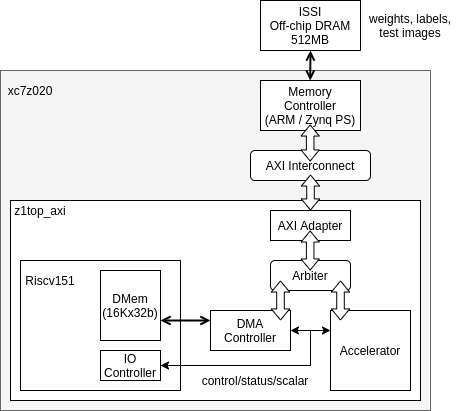
Before: spec/images/full_system.png, a diagram exported from draw.io (v00id852/LittleChip). Source tidied: cells renumbered, new cells last; positions are measured from the earlier drawing's top-left corner, leaving out a move shared by most shapes.
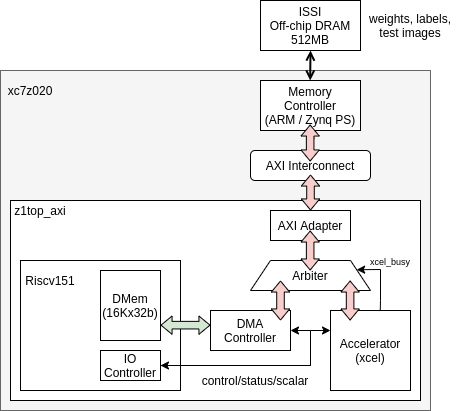
The same file after the commit.

The edit, as a diff of the source:
```diff
@@ -26,18 +26,18 @@
     <mxCell id="9" value="DMA Controller" style="rounded=0;whiteSpace=wrap;html=1;strokeWidth=1;" parent="1" vertex="1">
       <mxGeometry x="210" y="310" width="80" height="40" as="geometry" />
     </mxCell>
-    <mxCell id="10" value="Accelerator" style="rounded=0;whiteSpace=wrap;html=1;strokeWidth=1;" parent="1" vertex="1">
+    <mxCell id="10" value="Accelerator&lt;br&gt;(xcel)" style="rounded=0;whiteSpace=wrap;html=1;strokeWidth=1;" parent="1" vertex="1">
       <mxGeometry x="330" y="310" width="80" height="80" as="geometry" />
     </mxCell>
-    <mxCell id="11" value="Arbiter" style="rounded=1;whiteSpace=wrap;html=1;strokeWidth=1;" parent="1" vertex="1">
-      <mxGeometry x="270" y="260" width="80" height="30" as="geometry" />
-    </mxCell>
     <mxCell id="12" value="AXI Adapter" style="rounded=0;whiteSpace=wrap;html=1;strokeWidth=1;" parent="1" vertex="1">
       <mxGeometry x="270" y="210" width="80" height="30" as="geometry" />
     </mxCell>
     <mxCell id="13" value="z1top_axi" style="text;html=1;strokeColor=none;fillColor=none;align=center;verticalAlign=middle;whiteSpace=wrap;rounded=0;" parent="1" vertex="1">
       <mxGeometry x="20" y="200" width="40" height="20" as="geometry" />
     </mxCell>
+    <mxCell id="28" style="edgeStyle=orthogonalEdgeStyle;rounded=0;jettySize=auto;html=1;strokeColor=#000000;" parent="1" edge="1" source="14" target="12">
+      <mxGeometry relative="1" as="geometry" />
+    </mxCell>
     <mxCell id="14" value="Memory Controller&lt;br&gt;(ARM / Zynq PS)" style="rounded=0;whiteSpace=wrap;html=1;strokeWidth=1;" parent="1" vertex="1">
       <mxGeometry x="260" y="80" width="100" height="50" as="geometry" />
     </mxCell>
@@ -66,48 +66,66 @@
     <mxCell id="19" value="weights, labels,&lt;br&gt;test images" style="text;html=1;strokeColor=none;fillColor=none;align=center;verticalAlign=middle;whiteSpace=wrap;rounded=0;" parent="1" vertex="1">
       <mxGeometry x="350" y="15" width="120" height="20" as="geometry" />
     </mxCell>
-    <mxCell id="20" style="endArrow=open;startArrow=open;html=1;shadow=0;strokeWidth=2;fillColor=#ffffff;entryX=0;entryY=0.25;entryDx=0;entryDy=0;startFill=0;endFill=0;" parent="1" edge="1" target="9">
-      <mxGeometry relative="1" as="geometry">
-        <mxPoint x="160" y="320" as="sourcePoint" />
-      </mxGeometry>
-    </mxCell>
     <mxCell id="21" style="endArrow=open;startArrow=open;html=1;shadow=0;strokeWidth=2;fillColor=#ffffff;startFill=0;endFill=0;" parent="1" edge="1">
       <mxGeometry relative="1" as="geometry">
         <mxPoint x="310" y="50" as="sourcePoint" />
         <mxPoint x="309.7" y="80" as="targetPoint" />
       </mxGeometry>
     </mxCell>
-    <mxCell id="22" style="shape=flexArrow;endArrow=classic;startArrow=classic;html=1;strokeWidth=1;fillColor=#ffffff;width=7.586206896551724;endSize=3.351724137931035;endWidth=9.726516052318667;startWidth=9.726516052318667;startSize=3.351724137931035;exitX=0.5;exitY=0;exitDx=0;exitDy=0;" parent="1" edge="1">
-      <mxGeometry relative="1" as="geometry">
-        <mxPoint x="309.7" y="270" as="sourcePoint" />
-        <mxPoint x="309.7" y="230" as="targetPoint" />
-      </mxGeometry>
-    </mxCell>
-    <mxCell id="23" style="shape=flexArrow;endArrow=classic;startArrow=classic;html=1;strokeWidth=1;fillColor=#ffffff;width=7.586206896551724;endSize=3.351724137931035;endWidth=9.726516052318667;startWidth=9.726516052318667;startSize=3.351724137931035;exitX=0.5;exitY=0;exitDx=0;exitDy=0;" parent="1" edge="1">
-      <mxGeometry relative="1" as="geometry">
-        <mxPoint x="340" y="320" as="sourcePoint" />
-        <mxPoint x="340" y="280" as="targetPoint" />
-      </mxGeometry>
-    </mxCell>
-    <mxCell id="24" style="shape=flexArrow;endArrow=classic;startArrow=classic;html=1;strokeWidth=1;fillColor=#ffffff;width=7.586206896551724;endSize=3.351724137931035;endWidth=9.726516052318667;startWidth=9.726516052318667;startSize=3.351724137931035;exitX=0.5;exitY=0;exitDx=0;exitDy=0;" parent="1" edge="1">
-      <mxGeometry relative="1" as="geometry">
-        <mxPoint x="280" y="320" as="sourcePoint" />
-        <mxPoint x="280" y="280" as="targetPoint" />
-      </mxGeometry>
-    </mxCell>
+    <mxCell id="29" style="edgeStyle=orthogonalEdgeStyle;rounded=0;jettySize=auto;html=1;" parent="1" edge="1" source="25" target="14">
+      <mxGeometry relative="1" as="geometry" />
+    </mxCell>
     <mxCell id="25" value="AXI Interconnect" style="rounded=1;whiteSpace=wrap;html=1;strokeWidth=1;fontSize=12;" parent="1" vertex="1">
       <mxGeometry x="250" y="150" width="120" height="30" as="geometry" />
     </mxCell>
-    <mxCell id="26" style="shape=flexArrow;endArrow=classic;startArrow=classic;html=1;strokeWidth=1;fillColor=#ffffff;width=7.586206896551724;endSize=3.351724137931035;endWidth=9.726516052318667;startWidth=9.726516052318667;startSize=3.351724137931035;exitX=0.5;exitY=0;exitDx=0;exitDy=0;" parent="1" edge="1" source="12">
+    <mxCell id="26" style="shape=flexArrow;endArrow=classic;startArrow=classic;html=1;strokeWidth=1;fillColor=#f8cecc;width=7.586206896551724;endSize=3.351724137931035;endWidth=9.726516052318667;startWidth=9.726516052318667;startSize=3.351724137931035;exitX=0.5;exitY=0;exitDx=0;exitDy=0;" parent="1" edge="1" source="12">
       <mxGeometry relative="1" as="geometry">
         <mxPoint x="310" y="174" as="targetPoint" />
       </mxGeometry>
     </mxCell>
-    <mxCell id="27" style="shape=flexArrow;endArrow=classic;startArrow=classic;html=1;strokeWidth=1;fillColor=#ffffff;width=7.586206896551724;endSize=3.351724137931035;endWidth=9.726516052318667;startWidth=9.726516052318667;startSize=3.351724137931035;exitX=0.5;exitY=0;exitDx=0;exitDy=0;" parent="1" edge="1">
+    <mxCell id="27" style="shape=flexArrow;endArrow=classic;startArrow=classic;html=1;strokeWidth=1;fillColor=#f8cecc;width=7.586206896551724;endSize=3.351724137931035;endWidth=9.726516052318667;startWidth=9.726516052318667;startSize=3.351724137931035;exitX=0.5;exitY=0;exitDx=0;exitDy=0;" parent="1" edge="1">
       <mxGeometry relative="1" as="geometry">
         <mxPoint x="309.7" y="161" as="sourcePoint" />
         <mxPoint x="309.7" y="124" as="targetPoint" />
       </mxGeometry>
     </mxCell>
+    <mxCell id="11" value="Arbiter" style="shape=trapezoid;perimeter=trapezoidPerimeter;whiteSpace=wrap;html=1;fixedSize=1;" parent="1" vertex="1">
+      <mxGeometry x="250" y="260" width="120" height="30" as="geometry" />
+    </mxCell>
+    <mxCell id="23" style="shape=flexArrow;endArrow=classic;startArrow=classic;html=1;strokeWidth=1;fillColor=#f8cecc;width=7.586206896551724;endSize=3.351724137931035;endWidth=9.726516052318667;startWidth=9.726516052318667;startSize=3.351724137931035;exitX=0.5;exitY=0;exitDx=0;exitDy=0;" parent="1" edge="1">
+      <mxGeometry relative="1" as="geometry">
+        <mxPoint x="349.6" y="320" as="sourcePoint" />
+        <mxPoint x="349.6" y="280" as="targetPoint" />
+      </mxGeometry>
+    </mxCell>
+    <mxCell id="24" style="shape=flexArrow;endArrow=classic;startArrow=classic;html=1;strokeWidth=1;fillColor=#f8cecc;width=7.586206896551724;endSize=3.351724137931035;endWidth=9.726516052318667;startWidth=9.726516052318667;startSize=3.351724137931035;exitX=0.5;exitY=0;exitDx=0;exitDy=0;" parent="1" edge="1">
+      <mxGeometry relative="1" as="geometry">
+        <mxPoint x="280" y="320" as="sourcePoint" />
+        <mxPoint x="280" y="280" as="targetPoint" />
+      </mxGeometry>
+    </mxCell>
+    <mxCell id="22" style="shape=flexArrow;endArrow=classic;startArrow=classic;html=1;strokeWidth=1;fillColor=#f8cecc;width=7.586206896551724;endSize=3.351724137931035;endWidth=9.726516052318667;startWidth=9.726516052318667;startSize=3.351724137931035;exitX=0.5;exitY=0;exitDx=0;exitDy=0;" parent="1" edge="1">
+      <mxGeometry relative="1" as="geometry">
+        <mxPoint x="309.7" y="270" as="sourcePoint" />
+        <mxPoint x="309.7" y="230" as="targetPoint" />
+      </mxGeometry>
+    </mxCell>
+    <mxCell id="30" style="endArrow=classic;html=1;entryX=1;entryY=0.25;entryDx=0;entryDy=0;exitX=0.622;exitY=0.002;exitDx=0;exitDy=0;exitPerimeter=0;rounded=0;" parent="1" edge="1" source="10" target="11">
+      <mxGeometry relative="1" as="geometry">
+        <Array as="points">
+          <mxPoint x="380" y="300" />
+          <mxPoint x="380" y="269" />
+        </Array>
+      </mxGeometry>
+    </mxCell>
+    <mxCell id="31" value="&lt;font style=&quot;font-size: 9px&quot;&gt;xcel_busy&lt;/font&gt;" style="text;html=1;strokeColor=none;fillColor=none;align=center;verticalAlign=middle;whiteSpace=wrap;rounded=0;" parent="1" vertex="1">
+      <mxGeometry x="360" y="250" width="60" height="20" as="geometry" />
+    </mxCell>
+    <mxCell id="32" style="shape=flexArrow;endArrow=classic;startArrow=classic;html=1;strokeWidth=1;fillColor=#d5e8d4;width=7.586206896551724;endSize=3.351724137931035;endWidth=9.726516052318667;startWidth=9.726516052318667;startSize=3.351724137931035;" parent="1" edge="1">
+      <mxGeometry relative="1" as="geometry">
+        <mxPoint x="210" y="324.7" as="sourcePoint" />
+        <mxPoint x="160" y="324.7" as="targetPoint" />
+      </mxGeometry>
+    </mxCell>
   </root>
 </mxGraphModel>
```
